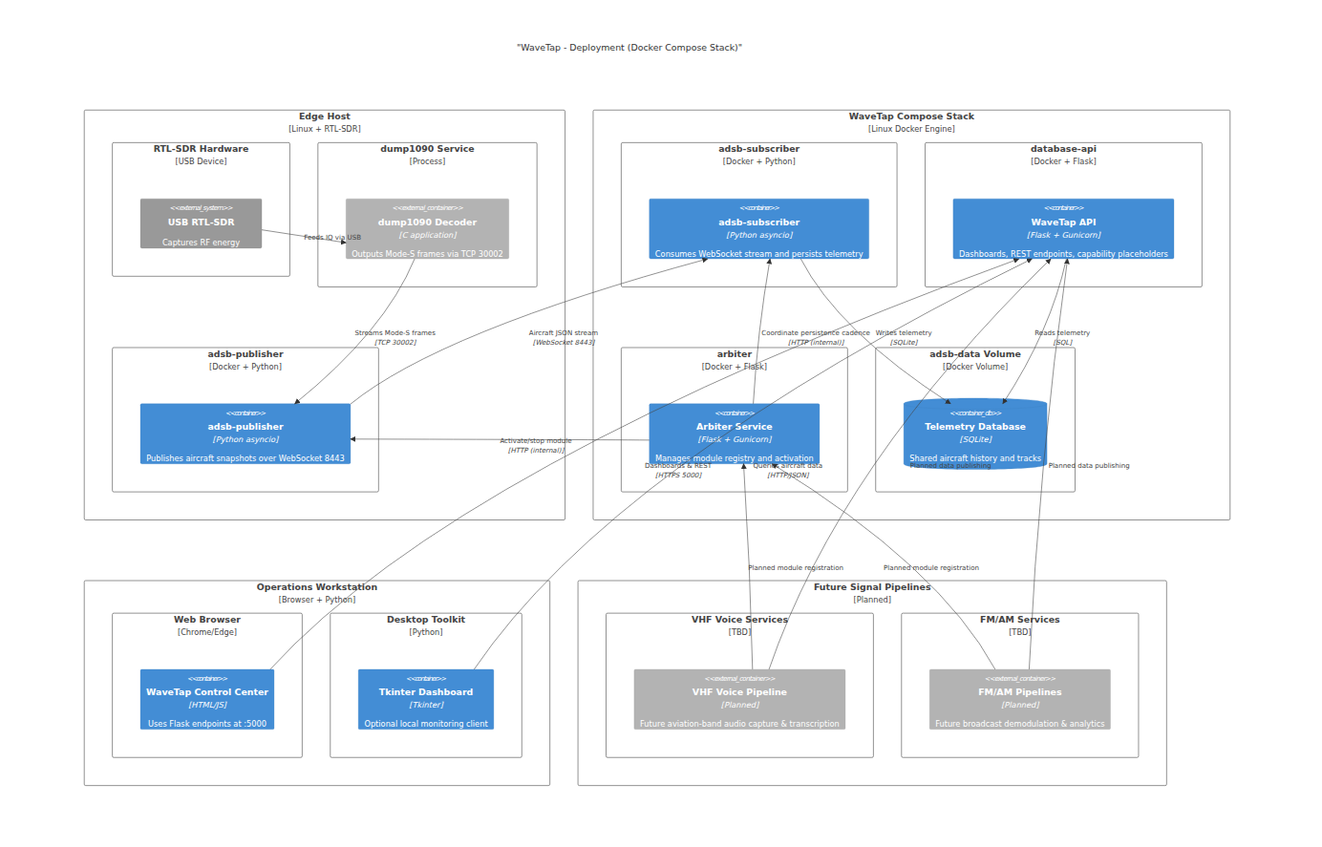
Earlier version of the Mermaid export documentation/diagrams/img_output/04_c4_deployment.png (bwharris1125/WaveTap_SDR). Its source is kept beside it as documentation/diagrams/04_c4_deployment.mmd.
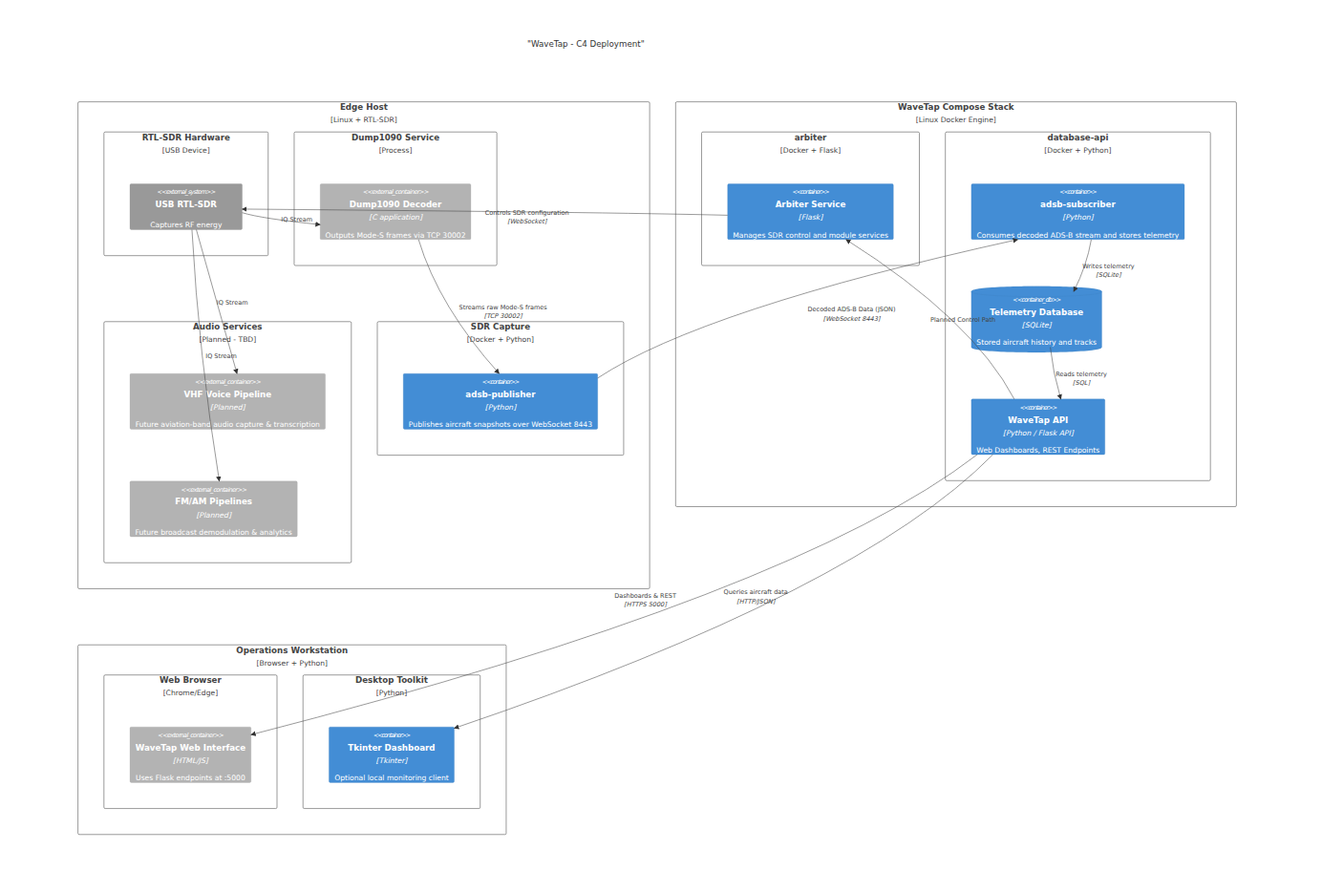
The same diagram one commit later.

What changed in the source:
```diff
@@ -19,19 +19,19 @@
 }
 
 Deployment_Node(compose_stack, "WaveTap Compose Stack", "Linux Docker Engine") {
+    Node(arb_container, "arbiter", "Docker + Flask") {
+        Container(arbiter, "Arbiter Service", "Flask", "Manages SDR control and module services")
+    }
     Node(api_container, "database-api", "Docker + Python") {
         Container(subscriber, "adsb-subscriber", "Python", "Consumes decoded ADS-B stream and stores telemetry")
         ContainerDb(sqlite, "Telemetry Database", "SQLite", "Stored aircraft history and tracks")
         Container(api, "WaveTap API", "Python / Flask API", "Web Dashboards, REST Endpoints")
     }
-    Node(arb_container, "arbiter", "Docker + Flask") {
-        Container(arbiter, "Arbiter Service", "Flask", "Manages SDR control and module services")
-    }
 }
 
 Deployment_Node(client_env, "Operations Workstation", "Browser + Python") {
     Node(browser, "Web Browser", "Chrome/Edge") {
-        Container(ui_web, "WaveTap Control Center", "HTML/JS", "Uses Flask endpoints at :5000")
+        Container_Ext(ui_web, "WaveTap Web Interface", "HTML/JS", "Uses Flask endpoints at :5000")
     }
     Node(desktop_tools, "Desktop Toolkit", "Python") {
         Container(ui_tk, "Tkinter Dashboard", "Tkinter", "Optional local monitoring client")
@@ -45,4 +45,10 @@
 Rel(dump1090, publisher, "Streams raw Mode-S frames", "TCP 30002")
 Rel(publisher, subscriber, "Decoded ADS-B Data (JSON)", "WebSocket 8443")
 
+Rel(subscriber, sqlite, "Writes telemetry", "SQLite")
+Rel(sqlite, api, "Reads telemetry", "SQL")
+Rel(api, arbiter, "Planned Control Path")
+Rel(arbiter, rtlsdr, "Controls SDR configuration", "WebSocket")
+Rel(api, ui_web, "Dashboards & REST", "HTTPS 5000")
+Rel(api, ui_tk, "Queries aircraft data", "HTTP/JSON")
 
```
